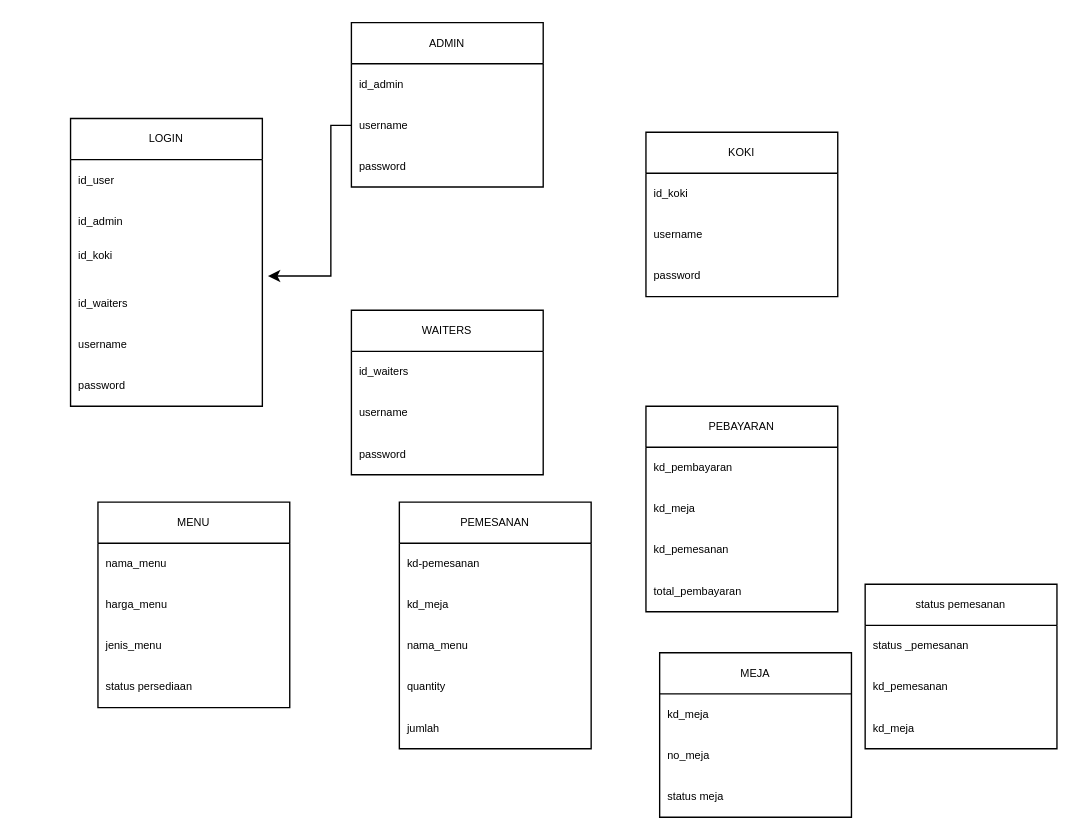
Above: page "relasi antar tabel" (5 of 6) of Untitled Diagram.drawio in sci955/sci955 (draw.io), before the change. Source tidied: cells renumbered, new cells numbered last; positions are measured from the earlier drawing's top-left corner, leaving out a move shared by most shapes. Both pictures are drawn from the tidied source at 137%, with x=0, y=0 at pixel (70, 22).
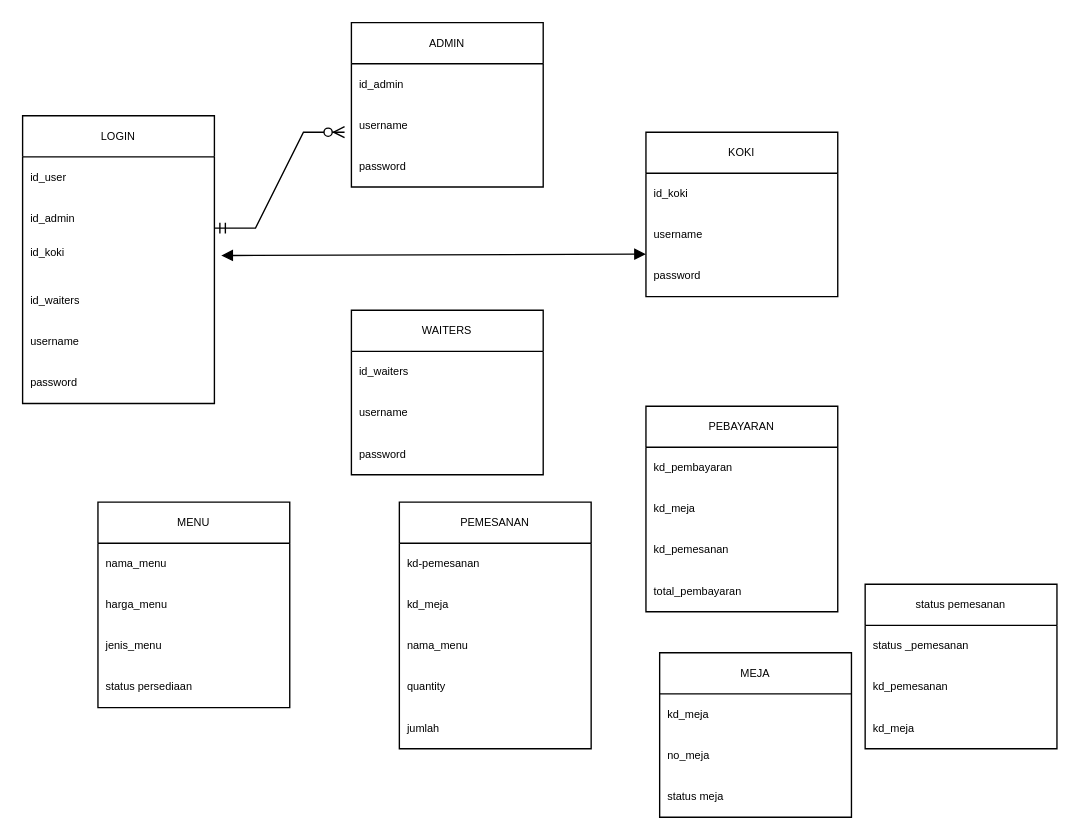
The same page after the edit.

Commit message:
diagram alir 1

The change refers to these unchanged cells:
```xml
<mxCell id="5" value="id_koki&#10;" style="text;strokeColor=none;fillColor=none;align=left;verticalAlign=middle;spacingLeft=4;spacingRight=4;overflow=hidden;points=[[0,0.5],[1,0.5]];portConstraint=eastwest;fontSize=8;" parent="2" vertex="1">
  <mxGeometry y="90" width="140" height="30" as="geometry" />
</mxCell>
<mxCell id="11" value="username" style="text;strokeColor=none;fillColor=none;align=left;verticalAlign=middle;spacingLeft=4;spacingRight=4;overflow=hidden;points=[[0,0.5],[1,0.5]];portConstraint=eastwest;fontSize=8;" parent="9" vertex="1">
  <mxGeometry y="60" width="140" height="30" as="geometry" />
</mxCell>
<mxCell id="16" value="password" style="text;strokeColor=none;fillColor=none;align=left;verticalAlign=middle;spacingLeft=4;spacingRight=4;overflow=hidden;points=[[0,0.5],[1,0.5]];portConstraint=eastwest;fontSize=8;" parent="13" vertex="1">
  <mxGeometry y="90" width="140" height="30" as="geometry" />
</mxCell>
```

Diff of the diagram source:
```diff
@@
     <mxCell id="2" value="LOGIN" style="swimlane;fontStyle=0;horizontal=1;startSize=30;fontSize=8;" parent="1" vertex="1">
-      <mxGeometry y="70" width="140" height="210" as="geometry" />
+      <mxGeometry x="-35" y="68" width="140" height="210" as="geometry" />
     </mxCell>
@@
-    <mxCell id="45" style="edgeStyle=orthogonalEdgeStyle;rounded=0;jettySize=auto;html=1;entryX=1.029;entryY=0.833;entryDx=0;entryDy=0;entryPerimeter=0;fontSize=8;" parent="1" edge="1" source="11" target="5">
-      <mxGeometry relative="1" as="geometry">
-        <Array as="points">
-          <mxPoint x="190" y="75" />
-          <mxPoint x="190" y="185" />
-        </Array>
-      </mxGeometry>
-    </mxCell>
+    <mxCell id="46" style="edgeStyle=entityRelationEdgeStyle;fontSize=12;html=1;endArrow=ERzeroToMany;startArrow=ERmandOne;rounded=0;" parent="1" edge="1">
+      <mxGeometry relative="1" as="geometry">
+        <mxPoint x="105" y="150" as="sourcePoint" />
+        <mxPoint x="200" y="80" as="targetPoint" />
+      </mxGeometry>
+    </mxCell>
+    <mxCell id="47" style="endArrow=block;startArrow=block;endFill=1;startFill=1;html=1;rounded=0;fontSize=8;entryX=0;entryY=-0.033;entryDx=0;entryDy=0;entryPerimeter=0;" parent="1" edge="1" target="16">
+      <mxGeometry relative="1" as="geometry">
+        <mxPoint x="110" y="170" as="sourcePoint" />
+      </mxGeometry>
+    </mxCell>
```
